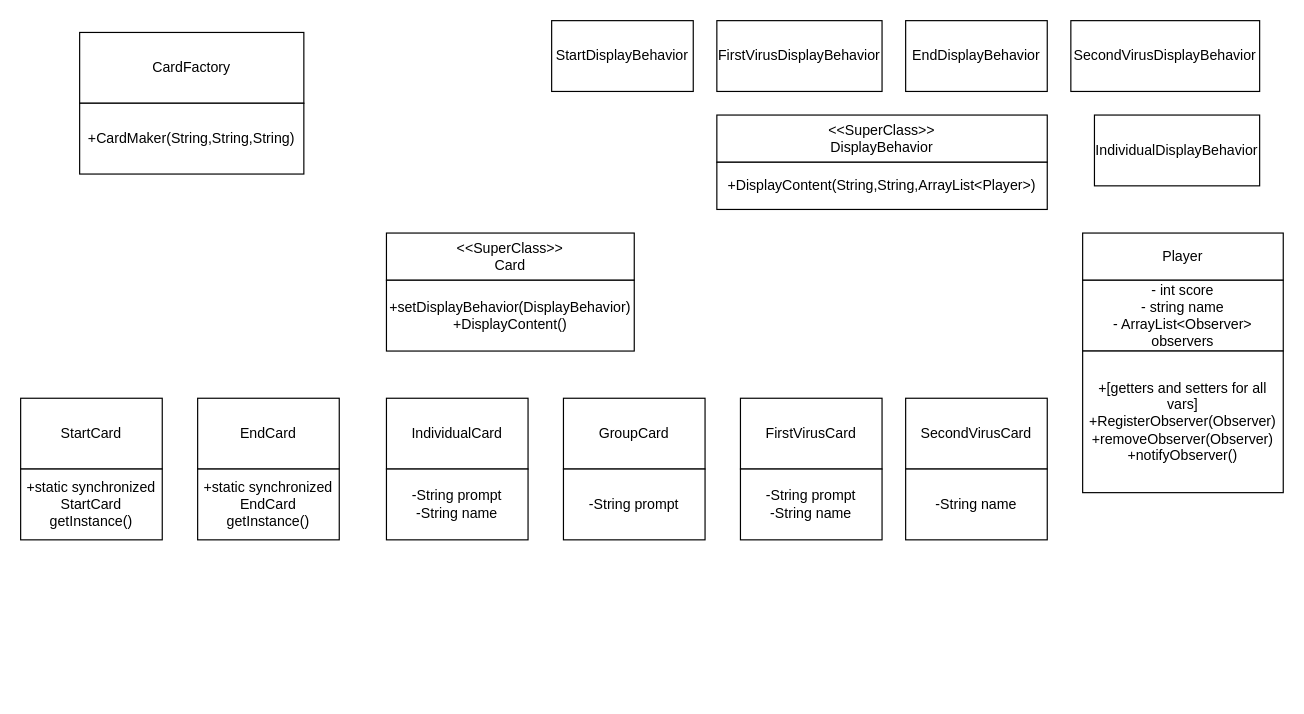
Lola-Keychenko/Object-Oriented-CardGame- keeps this draw.io diagram as Untitled Diagram.drawio. Above is the earlier version. Source tidied: cells renumbered, new cells numbered last; positions are measured from the earlier drawing's top-left corner, leaving out a move shared by most shapes. Both pictures are drawn from the tidied source at 118%, with x=0, y=0 at pixel (20, 20).
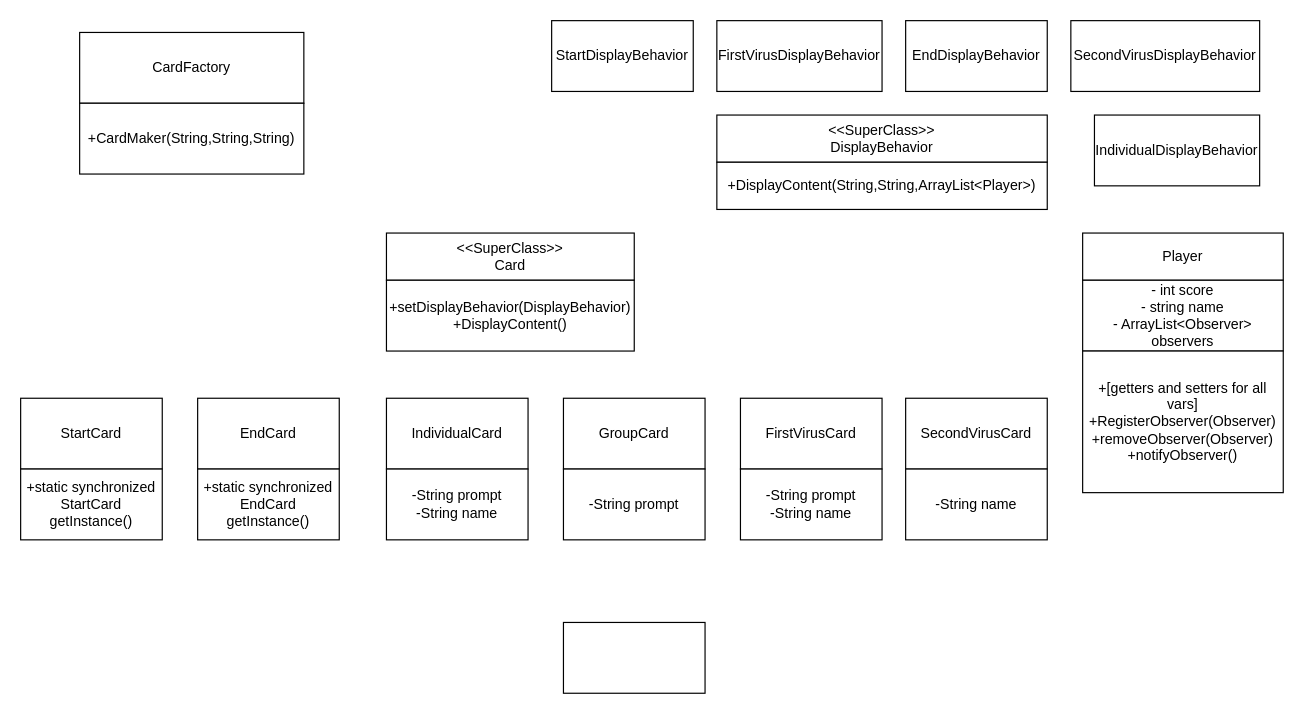
Above is the later version.

What changed in the source:
```diff
@@
+    <mxCell id="28" style="rounded=0;whiteSpace=wrap;html=1;" parent="1" vertex="1">
+      <mxGeometry x="460" y="510" width="120" height="60" as="geometry" />
+    </mxCell>
```
